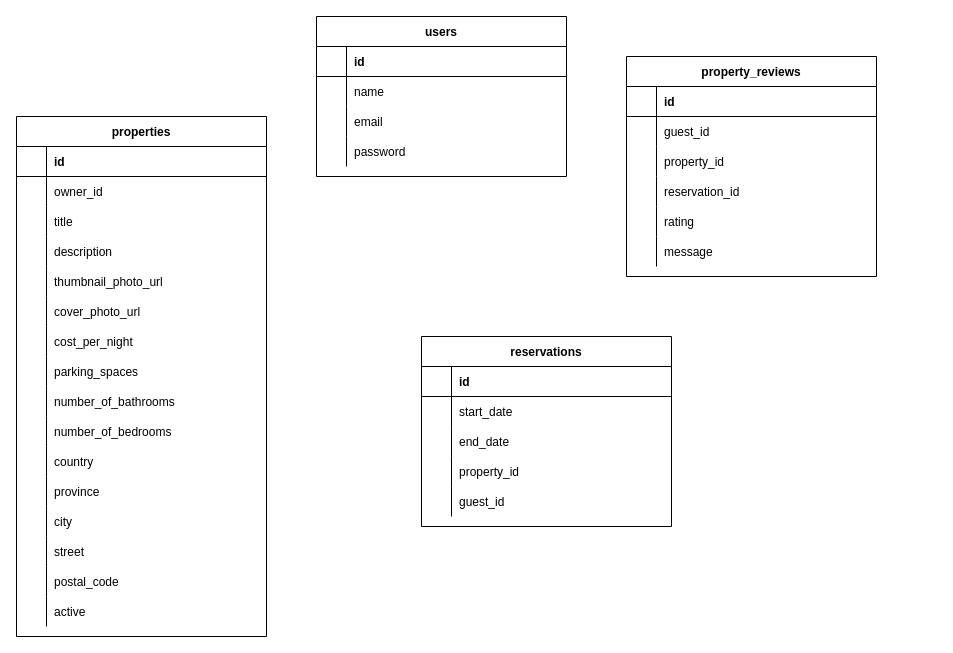
The draw.io diagram Untitled Diagram.drawio in hillaryforget/LightBnB, before the edit. Source tidied: cells renumbered, new cells numbered last; positions are measured from the earlier drawing's top-left corner, leaving out a move shared by most shapes. Both pictures are drawn from the tidied source at 100%, with x=0, y=0 at pixel (16, 16).
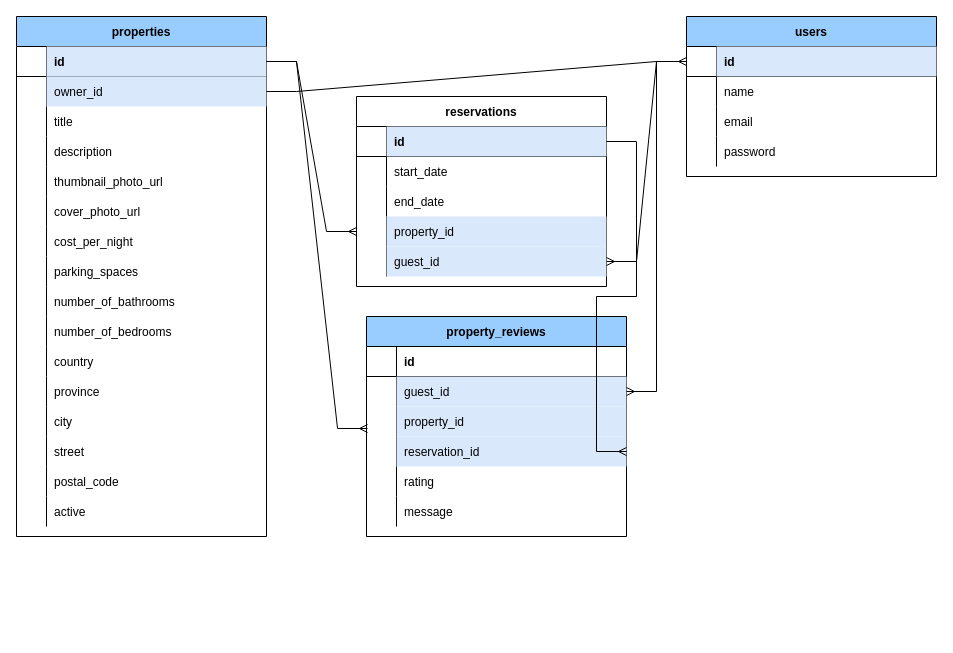
Above is the later version.

Commit message:
Update lightbnb EDR Diagram.drawio

The change refers to these unchanged cells:
```xml
<mxCell id="22" style="shape=partialRectangle;fillColor=none;points=[[0,0.5],[1,0.5]];portConstraint=eastwest;top=0;left=0;right=0;bottom=1;" parent="21" vertex="1">
  <mxGeometry y="30" width="250" height="30" as="geometry" />
</mxCell>
<mxCell id="31" style="shape=partialRectangle;fillColor=none;points=[[0,0.5],[1,0.5]];portConstraint=eastwest;top=0;left=0;right=0;bottom=0;" parent="21" vertex="1">
  <mxGeometry y="120" width="250" height="30" as="geometry" />
</mxCell>
<mxCell id="34" style="shape=partialRectangle;fillColor=none;points=[[0,0.5],[1,0.5]];portConstraint=eastwest;top=0;left=0;right=0;bottom=0;" parent="21" vertex="1">
  <mxGeometry y="150" width="250" height="30" as="geometry" />
</mxCell>
<mxCell id="38" style="shape=partialRectangle;fillColor=none;points=[[0,0.5],[1,0.5]];portConstraint=eastwest;top=0;left=0;right=0;bottom=1;" parent="37" vertex="1">
  <mxGeometry y="30" width="250" height="30" as="geometry" />
</mxCell>
<mxCell id="51" style="shape=partialRectangle;fillColor=none;points=[[0,0.5],[1,0.5]];portConstraint=eastwest;top=0;left=0;right=0;bottom=1;" parent="50" vertex="1">
  <mxGeometry y="30" width="250" height="30" as="geometry" />
</mxCell>
<mxCell id="54" style="shape=partialRectangle;fillColor=none;points=[[0,0.5],[1,0.5]];portConstraint=eastwest;top=0;left=0;right=0;bottom=0;" parent="50" vertex="1">
  <mxGeometry y="60" width="250" height="30" as="geometry" />
</mxCell>
```

What changed in the source:
```diff
@@
-    <mxCell id="2" value="property_reviews" style="shape=table;startSize=30;childLayout=tableLayout;rowLines=0;fontStyle=1;align=center;" parent="1" vertex="1">
-      <mxGeometry x="610" y="40" width="250" height="220" as="geometry" />
+    <mxCell id="2" value="property_reviews" style="shape=table;startSize=30;childLayout=tableLayout;rowLines=0;fontStyle=1;align=center;fillColor=#99CCFF;" parent="1" vertex="1">
+      <mxGeometry x="350" y="300" width="260" height="220" as="geometry" />
     </mxCell>
     <mxCell id="3" style="shape=partialRectangle;fillColor=none;top=0;left=0;right=0;bottom=1;" parent="2" vertex="1">
-      <mxGeometry y="30" width="250" height="30" as="geometry" />
+      <mxGeometry y="30" width="260" height="30" as="geometry" />
     </mxCell>
@@
     <mxCell id="5" value="id" style="shape=partialRectangle;overflow=hidden;fillColor=none;top=0;left=0;bottom=0;right=0;align=left;spacingLeft=6;fontStyle=1;" parent="3" vertex="1">
-      <mxGeometry x="30" width="220" height="30" as="geometry" />
+      <mxGeometry x="30" width="230" height="30" as="geometry" />
     </mxCell>
     <mxCell id="6" style="shape=partialRectangle;fillColor=none;points=[[0,0.5],[1,0.5]];portConstraint=eastwest;top=0;left=0;right=0;bottom=0;" parent="2" vertex="1">
-      <mxGeometry y="60" width="250" height="30" as="geometry" />
+      <mxGeometry y="60" width="260" height="30" as="geometry" />
     </mxCell>
@@
-    <mxCell id="8" value="guest_id" style="shape=partialRectangle;overflow=hidden;fillColor=none;top=0;left=0;bottom=0;right=0;align=left;spacingLeft=6;" parent="6" vertex="1">
-      <mxGeometry x="30" width="220" height="30" as="geometry" />
+    <mxCell id="8" value="guest_id" style="shape=partialRectangle;overflow=hidden;fillColor=#dae8fc;top=0;left=0;bottom=0;right=0;align=left;spacingLeft=6;strokeColor=#6c8ebf;" parent="6" vertex="1">
+      <mxGeometry x="30" width="230" height="30" as="geometry" />
     </mxCell>
     <mxCell id="9" style="shape=partialRectangle;fillColor=none;points=[[0,0.5],[1,0.5]];portConstraint=eastwest;top=0;left=0;right=0;bottom=0;" parent="2" vertex="1">
-      <mxGeometry y="90" width="250" height="30" as="geometry" />
+      <mxGeometry y="90" width="260" height="30" as="geometry" />
     </mxCell>
@@
-    <mxCell id="11" value="property_id" style="shape=partialRectangle;overflow=hidden;fillColor=none;top=0;left=0;bottom=0;right=0;align=left;spacingLeft=6;" parent="9" vertex="1">
-      <mxGeometry x="30" width="220" height="30" as="geometry" />
+    <mxCell id="11" value="property_id" style="shape=partialRectangle;overflow=hidden;fillColor=#dae8fc;top=0;left=0;bottom=0;right=0;align=left;spacingLeft=6;strokeColor=#6c8ebf;" parent="9" vertex="1">
+      <mxGeometry x="30" width="230" height="30" as="geometry" />
     </mxCell>
     <mxCell id="12" style="shape=partialRectangle;fillColor=none;points=[[0,0.5],[1,0.5]];portConstraint=eastwest;top=0;left=0;right=0;bottom=0;" parent="2" vertex="1">
-      <mxGeometry y="120" width="250" height="30" as="geometry" />
+      <mxGeometry y="120" width="260" height="30" as="geometry" />
     </mxCell>
@@
-    <mxCell id="14" value="reservation_id" style="shape=partialRectangle;overflow=hidden;fillColor=none;top=0;left=0;bottom=0;right=0;align=left;spacingLeft=6;" parent="12" vertex="1">
-      <mxGeometry x="30" width="220" height="30" as="geometry" />
+    <mxCell id="14" value="reservation_id" style="shape=partialRectangle;overflow=hidden;fillColor=#dae8fc;top=0;left=0;bottom=0;right=0;align=left;spacingLeft=6;strokeColor=#6c8ebf;" parent="12" vertex="1">
+      <mxGeometry x="30" width="230" height="30" as="geometry" />
     </mxCell>
     <mxCell id="15" style="shape=partialRectangle;fillColor=none;top=0;left=0;right=0;bottom=0;" parent="2" vertex="1">
-      <mxGeometry y="150" width="250" height="30" as="geometry" />
+      <mxGeometry y="150" width="260" height="30" as="geometry" />
     </mxCell>
@@
     <mxCell id="17" value="rating" style="shape=partialRectangle;overflow=hidden;fillColor=none;top=0;left=0;bottom=0;right=0;align=left;spacingLeft=6;" parent="15" vertex="1">
-      <mxGeometry x="30" width="220" height="30" as="geometry" />
+      <mxGeometry x="30" width="230" height="30" as="geometry" />
     </mxCell>
     <mxCell id="18" style="shape=partialRectangle;fillColor=none;top=0;left=0;right=0;bottom=0;" parent="2" vertex="1">
-      <mxGeometry y="180" width="250" height="30" as="geometry" />
+      <mxGeometry y="180" width="260" height="30" as="geometry" />
     </mxCell>
@@
     <mxCell id="20" value="message" style="shape=partialRectangle;overflow=hidden;fillColor=none;top=0;left=0;bottom=0;right=0;align=left;spacingLeft=6;" parent="18" vertex="1">
-      <mxGeometry x="30" width="220" height="30" as="geometry" />
+      <mxGeometry x="30" width="230" height="30" as="geometry" />
     </mxCell>
     <mxCell id="21" value="reservations" style="shape=table;startSize=30;childLayout=tableLayout;rowLines=0;fontStyle=1;align=center;" parent="1" vertex="1">
-      <mxGeometry x="405" y="320" width="250" height="190" as="geometry" />
+      <mxGeometry x="340" y="80" width="250" height="190" as="geometry" />
     </mxCell>
@@
-    <mxCell id="24" value="id" style="shape=partialRectangle;overflow=hidden;fillColor=none;top=0;left=0;bottom=0;right=0;align=left;spacingLeft=6;fontStyle=1;" parent="22" vertex="1">
+    <mxCell id="24" value="id" style="shape=partialRectangle;overflow=hidden;fillColor=#dae8fc;top=0;left=0;bottom=0;right=0;align=left;spacingLeft=6;fontStyle=1;strokeColor=#6c8ebf;" parent="22" vertex="1">
       <mxGeometry x="30" width="220" height="30" as="geometry" />
     </mxCell>
@@
-    <mxCell id="33" value="property_id" style="shape=partialRectangle;overflow=hidden;fillColor=none;top=0;left=0;bottom=0;right=0;align=left;spacingLeft=6;" parent="31" vertex="1">
+    <mxCell id="33" value="property_id" style="shape=partialRectangle;overflow=hidden;fillColor=#dae8fc;top=0;left=0;bottom=0;right=0;align=left;spacingLeft=6;strokeColor=#6c8ebf;" parent="31" vertex="1">
       <mxGeometry x="30" width="220" height="30" as="geometry" />
     </mxCell>
@@
-    <mxCell id="36" value="guest_id" style="shape=partialRectangle;overflow=hidden;fillColor=none;top=0;left=0;bottom=0;right=0;align=left;spacingLeft=6;" parent="34" vertex="1">
+    <mxCell id="36" value="guest_id" style="shape=partialRectangle;overflow=hidden;fillColor=#dae8fc;top=0;left=0;bottom=0;right=0;align=left;spacingLeft=6;strokeColor=#6c8ebf;" parent="34" vertex="1">
       <mxGeometry x="30" width="220" height="30" as="geometry" />
     </mxCell>
-    <mxCell id="37" value="users" style="shape=table;startSize=30;childLayout=tableLayout;rowLines=0;fontStyle=1;align=center;" parent="1" vertex="1">
-      <mxGeometry x="300" width="250" height="160" as="geometry" />
+    <mxCell id="37" value="users" style="shape=table;startSize=30;childLayout=tableLayout;rowLines=0;fontStyle=1;align=center;fillColor=#99CCFF;" parent="1" vertex="1">
+      <mxGeometry x="670" width="250" height="160" as="geometry" />
     </mxCell>
@@
-    <mxCell id="40" value="id" style="shape=partialRectangle;overflow=hidden;fillColor=none;top=0;left=0;bottom=0;right=0;align=left;spacingLeft=6;fontStyle=1;" parent="38" vertex="1">
+    <mxCell id="40" value="id" style="shape=partialRectangle;overflow=hidden;fillColor=#dae8fc;top=0;left=0;bottom=0;right=0;align=left;spacingLeft=6;fontStyle=1;strokeColor=#6c8ebf;" parent="38" vertex="1">
       <mxGeometry x="30" width="220" height="30" as="geometry" />
     </mxCell>
@@
-    <mxCell id="50" value="properties" style="shape=table;startSize=30;childLayout=tableLayout;rowLines=0;fontStyle=1;align=center;" parent="1" vertex="1">
-      <mxGeometry y="100" width="250" height="520" as="geometry" />
+    <mxCell id="50" value="properties" style="shape=table;startSize=30;childLayout=tableLayout;rowLines=0;fontStyle=1;align=center;fillColor=#99CCFF;" parent="1" vertex="1">
+      <mxGeometry width="250" height="520" as="geometry" />
     </mxCell>
@@
-    <mxCell id="53" value="id" style="shape=partialRectangle;overflow=hidden;fillColor=none;top=0;left=0;bottom=0;right=0;align=left;spacingLeft=6;fontStyle=1;" parent="51" vertex="1">
+    <mxCell id="53" value="id" style="shape=partialRectangle;overflow=hidden;fillColor=#dae8fc;top=0;left=0;bottom=0;right=0;align=left;spacingLeft=6;fontStyle=1;strokeColor=#6c8ebf;" parent="51" vertex="1">
       <mxGeometry x="30" width="220" height="30" as="geometry" />
     </mxCell>
@@
-    <mxCell id="56" value="owner_id" style="shape=partialRectangle;overflow=hidden;fillColor=none;top=0;left=0;bottom=0;right=0;align=left;spacingLeft=6;" parent="54" vertex="1">
+    <mxCell id="56" value="owner_id" style="shape=partialRectangle;overflow=hidden;fillColor=#dae8fc;top=0;left=0;bottom=0;right=0;align=left;spacingLeft=6;strokeColor=#6c8ebf;" parent="54" vertex="1">
       <mxGeometry x="30" width="220" height="30" as="geometry" />
     </mxCell>
@@
+    <mxCell id="99" style="edgeStyle=entityRelationEdgeStyle;fontSize=12;html=1;endArrow=ERmany;rounded=0;entryX=0;entryY=0.5;entryDx=0;entryDy=0;" parent="1" edge="1" source="51" target="31">
+      <mxGeometry relative="1" as="geometry" />
+    </mxCell>
+    <mxCell id="100" style="edgeStyle=entityRelationEdgeStyle;fontSize=12;html=1;endArrow=ERmany;rounded=0;exitX=1;exitY=0.5;exitDx=0;exitDy=0;entryX=0.004;entryY=0.733;entryDx=0;entryDy=0;entryPerimeter=0;" parent="1" edge="1" source="51" target="9">
+      <mxGeometry relative="1" as="geometry" />
+    </mxCell>
+    <mxCell id="101" style="edgeStyle=entityRelationEdgeStyle;fontSize=12;html=1;endArrow=ERmany;rounded=0;exitX=1;exitY=0.5;exitDx=0;exitDy=0;entryX=0;entryY=0.5;entryDx=0;entryDy=0;" parent="1" edge="1" source="54" target="38">
+      <mxGeometry relative="1" as="geometry" />
+    </mxCell>
+    <mxCell id="102" style="edgeStyle=entityRelationEdgeStyle;fontSize=12;html=1;endArrow=ERmany;rounded=0;exitX=1;exitY=0.5;exitDx=0;exitDy=0;entryX=1;entryY=0.5;entryDx=0;entryDy=0;" parent="1" edge="1" source="22" target="12">
+      <mxGeometry relative="1" as="geometry" />
+    </mxCell>
+    <mxCell id="103" style="edgeStyle=entityRelationEdgeStyle;fontSize=12;html=1;endArrow=ERmany;rounded=0;exitX=0;exitY=0.5;exitDx=0;exitDy=0;entryX=1;entryY=0.5;entryDx=0;entryDy=0;" parent="1" edge="1" source="38" target="6">
+      <mxGeometry relative="1" as="geometry" />
+    </mxCell>
+    <mxCell id="104" style="edgeStyle=entityRelationEdgeStyle;fontSize=12;html=1;endArrow=ERmany;rounded=0;entryX=1;entryY=0.5;entryDx=0;entryDy=0;exitX=0;exitY=0.5;exitDx=0;exitDy=0;" parent="1" edge="1" source="38" target="34">
+      <mxGeometry relative="1" as="geometry" />
+    </mxCell>
```
